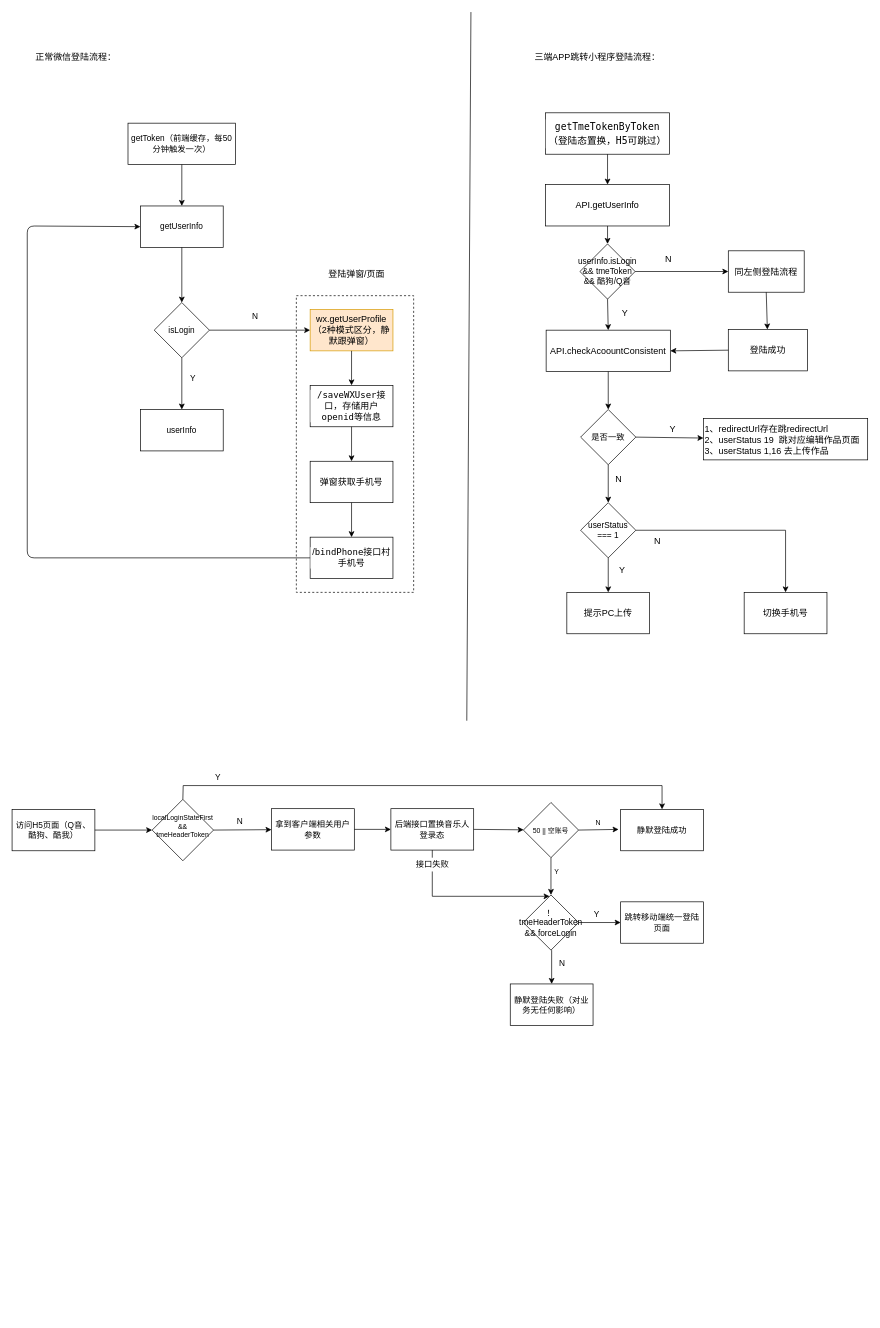
Earlier version of the draw.io diagram page "微信登陆流程" (1 of 15) of static/ppt.drawio (maoliang2271/bigpipe-demo). Source tidied: cells renumbered, new cells numbered last; positions are measured from the earlier drawing's top-left corner, leaving out a move shared by most shapes. Both pictures are drawn from the tidied source at 69%, with x=0, y=0 at pixel (12, 12).
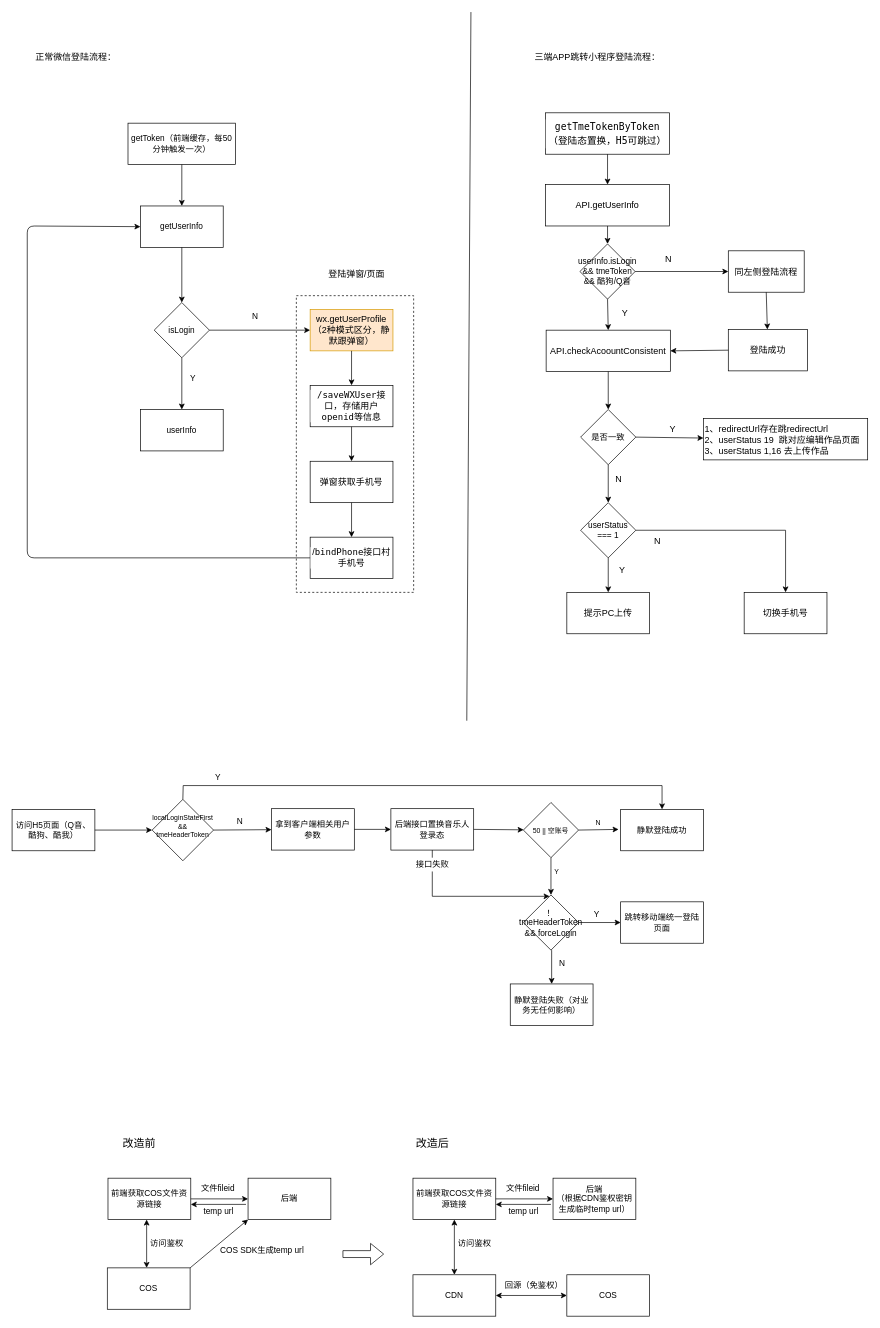
The same diagram, later.

Diff of the diagram source:
```diff
@@
+    <mxCell id="79" value="前端获取COS文件资源链接" style="rounded=0;whiteSpace=wrap;html=1;" parent="1" vertex="1">
+      <mxGeometry x="139" y="1690" width="120" height="60" as="geometry" />
+    </mxCell>
+    <mxCell id="80" value="后端" style="rounded=0;whiteSpace=wrap;html=1;" parent="1" vertex="1">
+      <mxGeometry x="342" y="1690" width="120" height="60" as="geometry" />
+    </mxCell>
+    <mxCell id="81" value="COS" style="rounded=0;whiteSpace=wrap;html=1;" parent="1" vertex="1">
+      <mxGeometry x="138" y="1820" width="120" height="60" as="geometry" />
+    </mxCell>
+    <mxCell id="82" value="文件fileid" style="text;html=1;align=center;verticalAlign=middle;strokeColor=none;fillColor=none;" parent="1" vertex="1">
+      <mxGeometry x="263" y="1690" width="70" height="30" as="geometry" />
+    </mxCell>
+    <mxCell id="83" style="endArrow=classic;html=1;rounded=0;exitX=1;exitY=0.5;exitDx=0;exitDy=0;" parent="1" edge="1" source="79" target="80">
+      <mxGeometry relative="1" as="geometry" />
+    </mxCell>
+    <mxCell id="84" value="COS SDK生成temp url" style="text;html=1;align=center;verticalAlign=middle;strokeColor=none;fillColor=none;" parent="1" vertex="1">
+      <mxGeometry x="292" y="1780" width="140" height="30" as="geometry" />
+    </mxCell>
+    <mxCell id="85" style="endArrow=classic;html=1;rounded=0;entryX=1.001;entryY=0.621;entryDx=0;entryDy=0;entryPerimeter=0;" parent="1" edge="1">
+      <mxGeometry relative="1" as="geometry">
+        <mxPoint x="339" y="1728" as="sourcePoint" />
+        <mxPoint x="259" y="1728" as="targetPoint" />
+      </mxGeometry>
+    </mxCell>
+    <mxCell id="86" value="temp url" style="text;html=1;align=center;verticalAlign=middle;strokeColor=none;fillColor=none;" parent="1" vertex="1">
+      <mxGeometry x="264" y="1723" width="70" height="30" as="geometry" />
+    </mxCell>
+    <mxCell id="87" value="CDN" style="rounded=0;whiteSpace=wrap;html=1;" parent="1" vertex="1">
+      <mxGeometry x="581" y="1830" width="120" height="60" as="geometry" />
+    </mxCell>
+    <mxCell id="88" value="COS" style="rounded=0;whiteSpace=wrap;html=1;" parent="1" vertex="1">
+      <mxGeometry x="804" y="1830" width="120" height="60" as="geometry" />
+    </mxCell>
+    <mxCell id="89" value="前端获取COS文件资源链接" style="rounded=0;whiteSpace=wrap;html=1;" parent="1" vertex="1">
+      <mxGeometry x="581" y="1690" width="120" height="60" as="geometry" />
+    </mxCell>
+    <mxCell id="90" value="后端&lt;br&gt;（根据CDN鉴权密钥生成临时temp url）" style="rounded=0;whiteSpace=wrap;html=1;" parent="1" vertex="1">
+      <mxGeometry x="784" y="1690" width="120" height="60" as="geometry" />
+    </mxCell>
+    <mxCell id="91" value="文件fileid" style="text;html=1;align=center;verticalAlign=middle;strokeColor=none;fillColor=none;" parent="1" vertex="1">
+      <mxGeometry x="705" y="1690" width="70" height="30" as="geometry" />
+    </mxCell>
+    <mxCell id="92" style="endArrow=classic;html=1;rounded=0;exitX=1;exitY=0.5;exitDx=0;exitDy=0;" parent="1" edge="1" source="89" target="90">
+      <mxGeometry relative="1" as="geometry" />
+    </mxCell>
+    <mxCell id="93" style="endArrow=classic;html=1;rounded=0;entryX=1.001;entryY=0.621;entryDx=0;entryDy=0;entryPerimeter=0;" parent="1" edge="1">
+      <mxGeometry relative="1" as="geometry">
+        <mxPoint x="781" y="1728" as="sourcePoint" />
+        <mxPoint x="701" y="1728" as="targetPoint" />
+      </mxGeometry>
+    </mxCell>
+    <mxCell id="94" value="temp url" style="text;html=1;align=center;verticalAlign=middle;strokeColor=none;fillColor=none;" parent="1" vertex="1">
+      <mxGeometry x="706" y="1723" width="70" height="30" as="geometry" />
+    </mxCell>
+    <mxCell id="95" style="endArrow=classic;startArrow=classic;html=1;rounded=0;exitX=1;exitY=0.5;exitDx=0;exitDy=0;entryX=0;entryY=0.5;entryDx=0;entryDy=0;" parent="1" edge="1" source="87" target="88">
+      <mxGeometry relative="1" as="geometry" />
+    </mxCell>
+    <mxCell id="96" value="回源（免鉴权）" style="text;html=1;align=center;verticalAlign=middle;strokeColor=none;fillColor=none;" parent="1" vertex="1">
+      <mxGeometry x="701" y="1830" width="110" height="30" as="geometry" />
+    </mxCell>
+    <mxCell id="97" style="endArrow=classic;startArrow=classic;html=1;rounded=0;exitX=0.5;exitY=1;exitDx=0;exitDy=0;" parent="1" edge="1" source="89" target="87">
+      <mxGeometry relative="1" as="geometry" />
+    </mxCell>
+    <mxCell id="98" value="访问鉴权" style="text;html=1;align=center;verticalAlign=middle;strokeColor=none;fillColor=none;" parent="1" vertex="1">
+      <mxGeometry x="635" y="1770" width="70" height="30" as="geometry" />
+    </mxCell>
+    <mxCell id="99" style="endArrow=classic;startArrow=classic;html=1;rounded=0;exitX=0.5;exitY=1;exitDx=0;exitDy=0;" parent="1" edge="1">
+      <mxGeometry relative="1" as="geometry">
+        <mxPoint x="195" y="1750" as="sourcePoint" />
+        <mxPoint x="195" y="1820" as="targetPoint" />
+      </mxGeometry>
+    </mxCell>
+    <mxCell id="100" value="访问鉴权" style="text;html=1;align=center;verticalAlign=middle;strokeColor=none;fillColor=none;" parent="1" vertex="1">
+      <mxGeometry x="189" y="1770" width="70" height="30" as="geometry" />
+    </mxCell>
+    <mxCell id="101" style="endArrow=classic;html=1;rounded=0;exitX=1;exitY=0;exitDx=0;exitDy=0;entryX=0;entryY=1;entryDx=0;entryDy=0;" parent="1" edge="1" source="81" target="80">
+      <mxGeometry relative="1" as="geometry" />
+    </mxCell>
+    <mxCell id="102" style="shape=flexArrow;endArrow=classic;html=1;rounded=0;" parent="1" edge="1">
+      <mxGeometry relative="1" as="geometry">
+        <mxPoint x="479" y="1800" as="sourcePoint" />
+        <mxPoint x="539" y="1800" as="targetPoint" />
+      </mxGeometry>
+    </mxCell>
+    <mxCell id="103" value="改造前" style="text;html=1;align=center;verticalAlign=middle;strokeColor=none;fillColor=none;fontSize=16;" parent="1" vertex="1">
+      <mxGeometry x="149" y="1625" width="70" height="30" as="geometry" />
+    </mxCell>
+    <mxCell id="104" value="改造后" style="text;html=1;align=center;verticalAlign=middle;strokeColor=none;fillColor=none;fontSize=16;" parent="1" vertex="1">
+      <mxGeometry x="574" y="1625" width="70" height="30" as="geometry" />
+    </mxCell>
```
